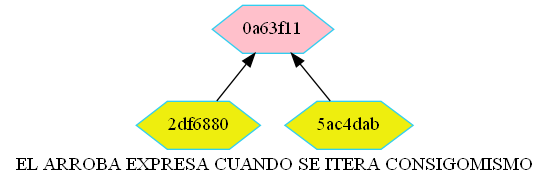
The Graphviz diagram merkle.png in betebetoven/EDDS2F2, before a commit. Its source is kept beside it as merkle.dot.
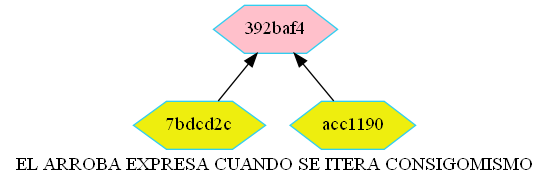
The same file after the commit.

Change to the diagram source:
```diff
@@ -7,7 +7,7 @@
         node[color = "#31CEF0"]
         rankdir=BT;
 
-"2df6880" -> "0a63f11"
-"5ac4dab" -> "0a63f11"
-"0a63f11"[fillcolor="pink"]
+"7bdcd2c" -> "392baf4"
+"acc1190" -> "392baf4"
+"392baf4"[fillcolor="pink"]
 }
```
